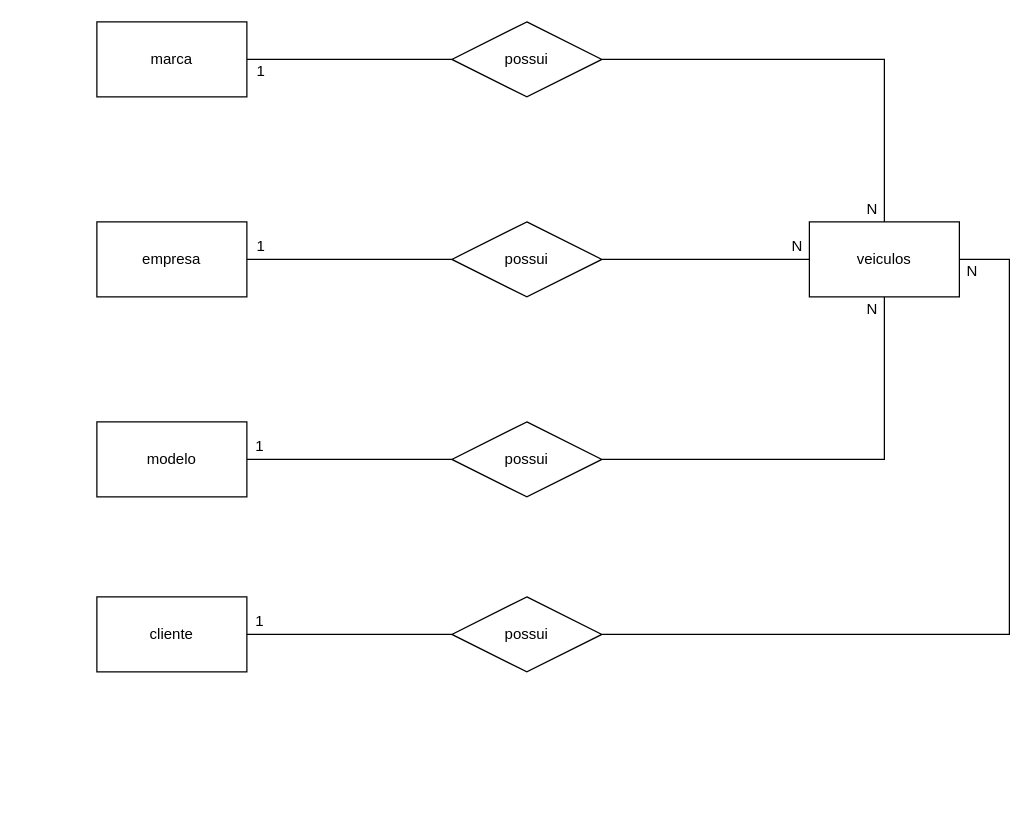
The draw.io diagram exercicios/1.2-exercicio-locadora/1.2-exercicio-locadora.drawio in GuKeiji/senai_sprint_1, before the edit. Source tidied: cells renumbered, new cells numbered last; positions are measured from the earlier drawing's top-left corner, leaving out a move shared by most shapes. Both pictures are drawn from the tidied source at 125%, with x=0, y=0 at pixel (96, 21).
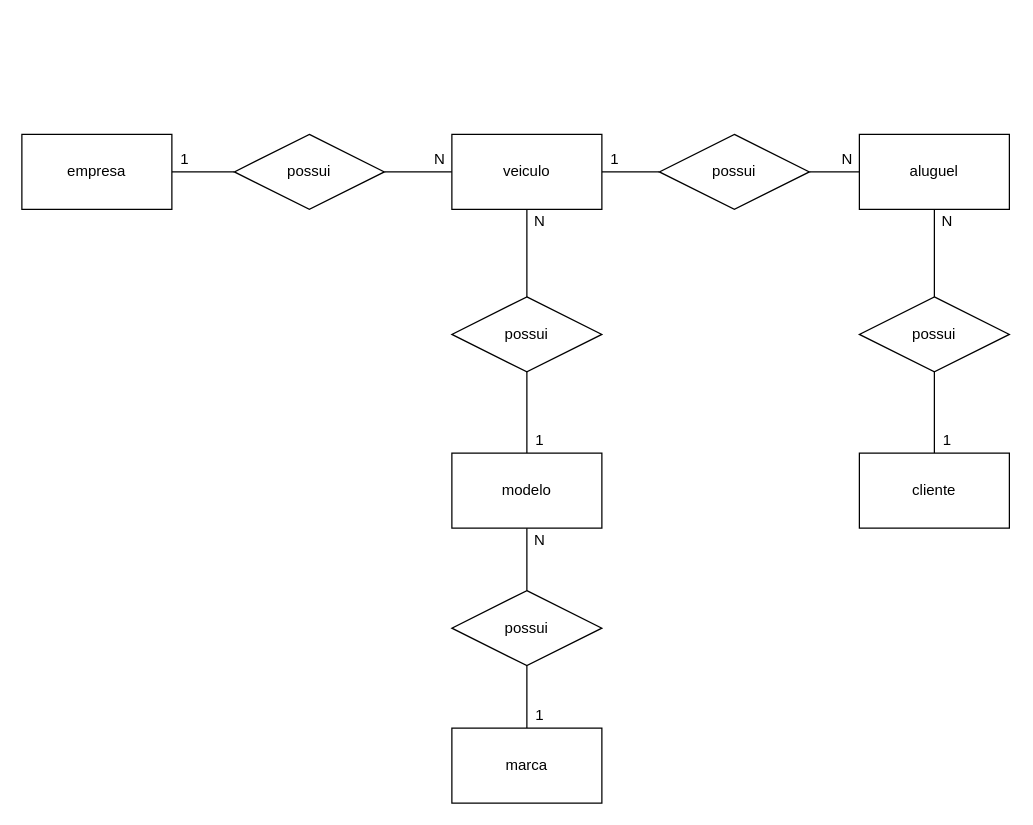
After the change.

Change to the diagram source:
```diff
@@
-    <mxCell id="2" style="edgeStyle=orthogonalEdgeStyle;rounded=0;jettySize=auto;html=1;exitX=0.5;exitY=0;exitDx=0;exitDy=0;entryX=1;entryY=0.5;entryDx=0;entryDy=0;endArrow=none;endFill=0;" parent="1" edge="1" source="4" target="12">
-      <mxGeometry relative="1" as="geometry" />
-    </mxCell>
-    <mxCell id="3" style="edgeStyle=orthogonalEdgeStyle;rounded=0;jettySize=auto;html=1;entryX=1;entryY=0.5;entryDx=0;entryDy=0;endArrow=none;endFill=0;" parent="1" edge="1" source="4" target="24">
-      <mxGeometry relative="1" as="geometry">
-        <Array as="points">
-          <mxPoint x="730" y="190" />
-          <mxPoint x="730" y="490" />
-        </Array>
-      </mxGeometry>
-    </mxCell>
-    <mxCell id="4" value="veiculos" style="rounded=0;whiteSpace=wrap;html=1;" parent="1" vertex="1">
-      <mxGeometry x="570" y="160" width="120" height="60" as="geometry" />
-    </mxCell>
+    <mxCell id="27" style="edgeStyle=orthogonalEdgeStyle;rounded=0;jettySize=auto;html=1;endArrow=none;endFill=0;entryX=0;entryY=0.5;entryDx=0;entryDy=0;" parent="1" edge="1" source="5" target="32">
+      <mxGeometry relative="1" as="geometry" />
+    </mxCell>
-    <mxCell id="5" value="empresa" style="rounded=0;whiteSpace=wrap;html=1;" parent="1" vertex="1">
-      <mxGeometry y="160" width="120" height="60" as="geometry" />
+    <mxCell id="5" value="empresa" style="whiteSpace=wrap;html=1;" parent="1" vertex="1">
+      <mxGeometry x="-60" y="90" width="120" height="60" as="geometry" />
     </mxCell>
-    <mxCell id="6" style="edgeStyle=orthogonalEdgeStyle;rounded=0;jettySize=auto;html=1;entryX=1;entryY=0.5;entryDx=0;entryDy=0;endArrow=none;endFill=0;" parent="1" edge="1" source="8" target="5">
-      <mxGeometry relative="1" as="geometry" />
-    </mxCell>
-    <mxCell id="7" style="edgeStyle=orthogonalEdgeStyle;rounded=0;jettySize=auto;html=1;endArrow=none;endFill=0;" parent="1" edge="1" source="8" target="4">
-      <mxGeometry relative="1" as="geometry" />
-    </mxCell>
-    <mxCell id="8" value="possui" style="shape=rhombus;perimeter=rhombusPerimeter;whiteSpace=wrap;html=1;align=center;" parent="1" vertex="1">
-      <mxGeometry x="284" y="160" width="120" height="60" as="geometry" />
-    </mxCell>
-    <mxCell id="9" style="edgeStyle=orthogonalEdgeStyle;rounded=0;jettySize=auto;html=1;entryX=0.5;entryY=1;entryDx=0;entryDy=0;endArrow=none;endFill=0;" parent="1" edge="1" source="11" target="4">
-      <mxGeometry relative="1" as="geometry" />
-    </mxCell>
-    <mxCell id="10" style="edgeStyle=orthogonalEdgeStyle;rounded=0;jettySize=auto;html=1;entryX=1;entryY=0.5;entryDx=0;entryDy=0;endArrow=none;endFill=0;" parent="1" edge="1" source="11" target="20">
-      <mxGeometry relative="1" as="geometry" />
-    </mxCell>
-    <mxCell id="11" value="possui" style="shape=rhombus;perimeter=rhombusPerimeter;whiteSpace=wrap;html=1;align=center;" parent="1" vertex="1">
-      <mxGeometry x="284" y="320" width="120" height="60" as="geometry" />
-    </mxCell>
-    <mxCell id="12" value="possui" style="shape=rhombus;perimeter=rhombusPerimeter;whiteSpace=wrap;html=1;align=center;" parent="1" vertex="1">
-      <mxGeometry x="284" width="120" height="60" as="geometry" />
-    </mxCell>
-    <mxCell id="13" value="1" style="text;html=1;align=center;verticalAlign=middle;strokeColor=none;" parent="1" vertex="1">
-      <mxGeometry x="121" y="170" width="20" height="20" as="geometry" />
-    </mxCell>
-    <mxCell id="14" value="N" style="text;html=1;align=center;verticalAlign=middle;strokeColor=none;" parent="1" vertex="1">
-      <mxGeometry x="550" y="170" width="20" height="20" as="geometry" />
-    </mxCell>
-    <mxCell id="15" value="1" style="text;html=1;align=center;verticalAlign=middle;strokeColor=none;" parent="1" vertex="1">
-      <mxGeometry x="121" y="30" width="20" height="20" as="geometry" />
-    </mxCell>
-    <mxCell id="16" style="edgeStyle=orthogonalEdgeStyle;rounded=0;jettySize=auto;html=1;endArrow=none;endFill=0;entryX=0;entryY=0.5;entryDx=0;entryDy=0;" parent="1" edge="1" source="17" target="12">
-      <mxGeometry relative="1" as="geometry" />
-    </mxCell>
+    <mxCell id="28" style="edgeStyle=orthogonalEdgeStyle;rounded=0;jettySize=auto;html=1;entryX=0;entryY=0.5;entryDx=0;entryDy=0;endArrow=none;endFill=0;" parent="1" edge="1" source="29" target="34">
+      <mxGeometry relative="1" as="geometry" />
+    </mxCell>
+    <mxCell id="29" value="veiculo" style="whiteSpace=wrap;html=1;" parent="1" vertex="1">
+      <mxGeometry x="284" y="90" width="120" height="60" as="geometry" />
+    </mxCell>
+    <mxCell id="30" value="aluguel" style="whiteSpace=wrap;html=1;" parent="1" vertex="1">
+      <mxGeometry x="610" y="90" width="120" height="60" as="geometry" />
+    </mxCell>
+    <mxCell id="31" style="edgeStyle=orthogonalEdgeStyle;rounded=0;jettySize=auto;html=1;entryX=0;entryY=0.5;entryDx=0;entryDy=0;endArrow=none;endFill=0;" parent="1" edge="1" source="32" target="29">
+      <mxGeometry relative="1" as="geometry" />
+    </mxCell>
+    <mxCell id="32" value="possui" style="shape=rhombus;perimeter=rhombusPerimeter;whiteSpace=wrap;html=1;align=center;" parent="1" vertex="1">
+      <mxGeometry x="110" y="90" width="120" height="60" as="geometry" />
+    </mxCell>
+    <mxCell id="33" style="edgeStyle=orthogonalEdgeStyle;rounded=0;jettySize=auto;html=1;endArrow=none;endFill=0;" parent="1" edge="1" source="34" target="30">
+      <mxGeometry relative="1" as="geometry" />
+    </mxCell>
+    <mxCell id="34" value="possui" style="shape=rhombus;perimeter=rhombusPerimeter;whiteSpace=wrap;html=1;align=center;" parent="1" vertex="1">
+      <mxGeometry x="450" y="90" width="120" height="60" as="geometry" />
+    </mxCell>
+    <mxCell id="35" style="edgeStyle=orthogonalEdgeStyle;rounded=0;jettySize=auto;html=1;entryX=0.5;entryY=1;entryDx=0;entryDy=0;endArrow=none;endFill=0;" parent="1" edge="1" source="37" target="29">
+      <mxGeometry relative="1" as="geometry" />
+    </mxCell>
+    <mxCell id="36" style="edgeStyle=orthogonalEdgeStyle;rounded=0;jettySize=auto;html=1;endArrow=none;endFill=0;" parent="1" edge="1" source="37" target="20">
+      <mxGeometry relative="1" as="geometry" />
+    </mxCell>
+    <mxCell id="37" value="possui" style="shape=rhombus;perimeter=rhombusPerimeter;whiteSpace=wrap;html=1;align=center;" parent="1" vertex="1">
+      <mxGeometry x="284" y="220" width="120" height="60" as="geometry" />
+    </mxCell>
+    <mxCell id="38" style="edgeStyle=orthogonalEdgeStyle;rounded=0;jettySize=auto;html=1;entryX=0.5;entryY=1;entryDx=0;entryDy=0;endArrow=none;endFill=0;" parent="1" edge="1" source="40" target="30">
+      <mxGeometry relative="1" as="geometry" />
+    </mxCell>
+    <mxCell id="39" style="edgeStyle=orthogonalEdgeStyle;rounded=0;jettySize=auto;html=1;endArrow=none;endFill=0;" parent="1" edge="1" source="40" target="22">
+      <mxGeometry relative="1" as="geometry" />
+    </mxCell>
+    <mxCell id="40" value="possui" style="shape=rhombus;perimeter=rhombusPerimeter;whiteSpace=wrap;html=1;align=center;" parent="1" vertex="1">
+      <mxGeometry x="610" y="220" width="120" height="60" as="geometry" />
+    </mxCell>
+    <mxCell id="22" value="cliente" style="whiteSpace=wrap;html=1;" parent="1" vertex="1">
+      <mxGeometry x="610" y="345" width="120" height="60" as="geometry" />
+    </mxCell>
+    <mxCell id="20" value="modelo" style="whiteSpace=wrap;html=1;" parent="1" vertex="1">
+      <mxGeometry x="284" y="345" width="120" height="60" as="geometry" />
+    </mxCell>
+    <mxCell id="41" style="edgeStyle=orthogonalEdgeStyle;rounded=0;jettySize=auto;html=1;endArrow=none;endFill=0;" parent="1" edge="1" source="43" target="20">
+      <mxGeometry relative="1" as="geometry" />
+    </mxCell>
+    <mxCell id="42" style="edgeStyle=orthogonalEdgeStyle;rounded=0;jettySize=auto;html=1;endArrow=none;endFill=0;" parent="1" edge="1" source="43" target="17">
+      <mxGeometry relative="1" as="geometry" />
+    </mxCell>
+    <mxCell id="43" value="possui" style="shape=rhombus;perimeter=rhombusPerimeter;whiteSpace=wrap;html=1;align=center;" parent="1" vertex="1">
+      <mxGeometry x="284" y="455" width="120" height="60" as="geometry" />
+    </mxCell>
-    <mxCell id="17" value="marca" style="rounded=0;whiteSpace=wrap;html=1;" parent="1" vertex="1">
-      <mxGeometry width="120" height="60" as="geometry" />
+    <mxCell id="17" value="marca" style="whiteSpace=wrap;html=1;" parent="1" vertex="1">
+      <mxGeometry x="284" y="565" width="120" height="60" as="geometry" />
     </mxCell>
-    <mxCell id="18" value="N" style="text;html=1;align=center;verticalAlign=middle;strokeColor=none;" parent="1" vertex="1">
-      <mxGeometry x="610" y="140" width="20" height="20" as="geometry" />
-    </mxCell>
-    <mxCell id="19" value="1" style="text;html=1;align=center;verticalAlign=middle;strokeColor=none;" parent="1" vertex="1">
-      <mxGeometry x="120" y="330" width="20" height="20" as="geometry" />
-    </mxCell>
-    <mxCell id="20" value="modelo" style="rounded=0;whiteSpace=wrap;html=1;" parent="1" vertex="1">
-      <mxGeometry y="320" width="120" height="60" as="geometry" />
-    </mxCell>
-    <mxCell id="21" value="N" style="text;html=1;align=center;verticalAlign=middle;strokeColor=none;" parent="1" vertex="1">
-      <mxGeometry x="610" y="220" width="20" height="20" as="geometry" />
-    </mxCell>
-    <mxCell id="22" value="cliente" style="rounded=0;whiteSpace=wrap;html=1;" parent="1" vertex="1">
-      <mxGeometry y="460" width="120" height="60" as="geometry" />
-    </mxCell>
-    <mxCell id="23" style="edgeStyle=orthogonalEdgeStyle;rounded=0;jettySize=auto;html=1;entryX=1;entryY=0.5;entryDx=0;entryDy=0;endArrow=none;endFill=0;" parent="1" edge="1" source="24" target="22">
-      <mxGeometry relative="1" as="geometry" />
-    </mxCell>
-    <mxCell id="24" value="possui" style="shape=rhombus;perimeter=rhombusPerimeter;whiteSpace=wrap;html=1;align=center;" parent="1" vertex="1">
-      <mxGeometry x="284" y="460" width="120" height="60" as="geometry" />
-    </mxCell>
-    <mxCell id="25" value="1" style="text;html=1;align=center;verticalAlign=middle;strokeColor=none;" parent="1" vertex="1">
-      <mxGeometry x="120" y="470" width="20" height="20" as="geometry" />
-    </mxCell>
-    <mxCell id="26" value="N" style="text;html=1;align=center;verticalAlign=middle;strokeColor=none;" parent="1" vertex="1">
-      <mxGeometry x="690" y="190" width="20" height="20" as="geometry" />
-    </mxCell>
+    <mxCell id="44" value="1&lt;br&gt;" style="text;html=1;align=center;verticalAlign=middle;strokeColor=none;" parent="1" vertex="1">
+      <mxGeometry x="60" y="100" width="20" height="20" as="geometry" />
+    </mxCell>
+    <mxCell id="45" value="N" style="text;html=1;align=center;verticalAlign=middle;strokeColor=none;" parent="1" vertex="1">
+      <mxGeometry x="264" y="100" width="20" height="20" as="geometry" />
+    </mxCell>
+    <mxCell id="46" value="N" style="text;html=1;align=center;verticalAlign=middle;strokeColor=none;" parent="1" vertex="1">
+      <mxGeometry x="590" y="100" width="20" height="20" as="geometry" />
+    </mxCell>
+    <mxCell id="47" value="1&lt;br&gt;" style="text;html=1;align=center;verticalAlign=middle;strokeColor=none;" parent="1" vertex="1">
+      <mxGeometry x="404" y="100" width="20" height="20" as="geometry" />
+    </mxCell>
+    <mxCell id="48" value="N" style="text;html=1;align=center;verticalAlign=middle;strokeColor=none;" parent="1" vertex="1">
+      <mxGeometry x="344" y="150" width="20" height="20" as="geometry" />
+    </mxCell>
+    <mxCell id="49" value="1&lt;br&gt;" style="text;html=1;align=center;verticalAlign=middle;strokeColor=none;" parent="1" vertex="1">
+      <mxGeometry x="344" y="325" width="20" height="20" as="geometry" />
+    </mxCell>
+    <mxCell id="50" value="N" style="text;html=1;align=center;verticalAlign=middle;strokeColor=none;" parent="1" vertex="1">
+      <mxGeometry x="344" y="405" width="20" height="20" as="geometry" />
+    </mxCell>
+    <mxCell id="51" value="1&lt;br&gt;" style="text;html=1;align=center;verticalAlign=middle;strokeColor=none;" parent="1" vertex="1">
+      <mxGeometry x="344" y="545" width="20" height="20" as="geometry" />
+    </mxCell>
+    <mxCell id="52" value="1&lt;br&gt;" style="text;html=1;align=center;verticalAlign=middle;strokeColor=none;" parent="1" vertex="1">
+      <mxGeometry x="670" y="325" width="20" height="20" as="geometry" />
+    </mxCell>
+    <mxCell id="53" value="N" style="text;html=1;align=center;verticalAlign=middle;strokeColor=none;" parent="1" vertex="1">
+      <mxGeometry x="670" y="150" width="20" height="20" as="geometry" />
+    </mxCell>
```
